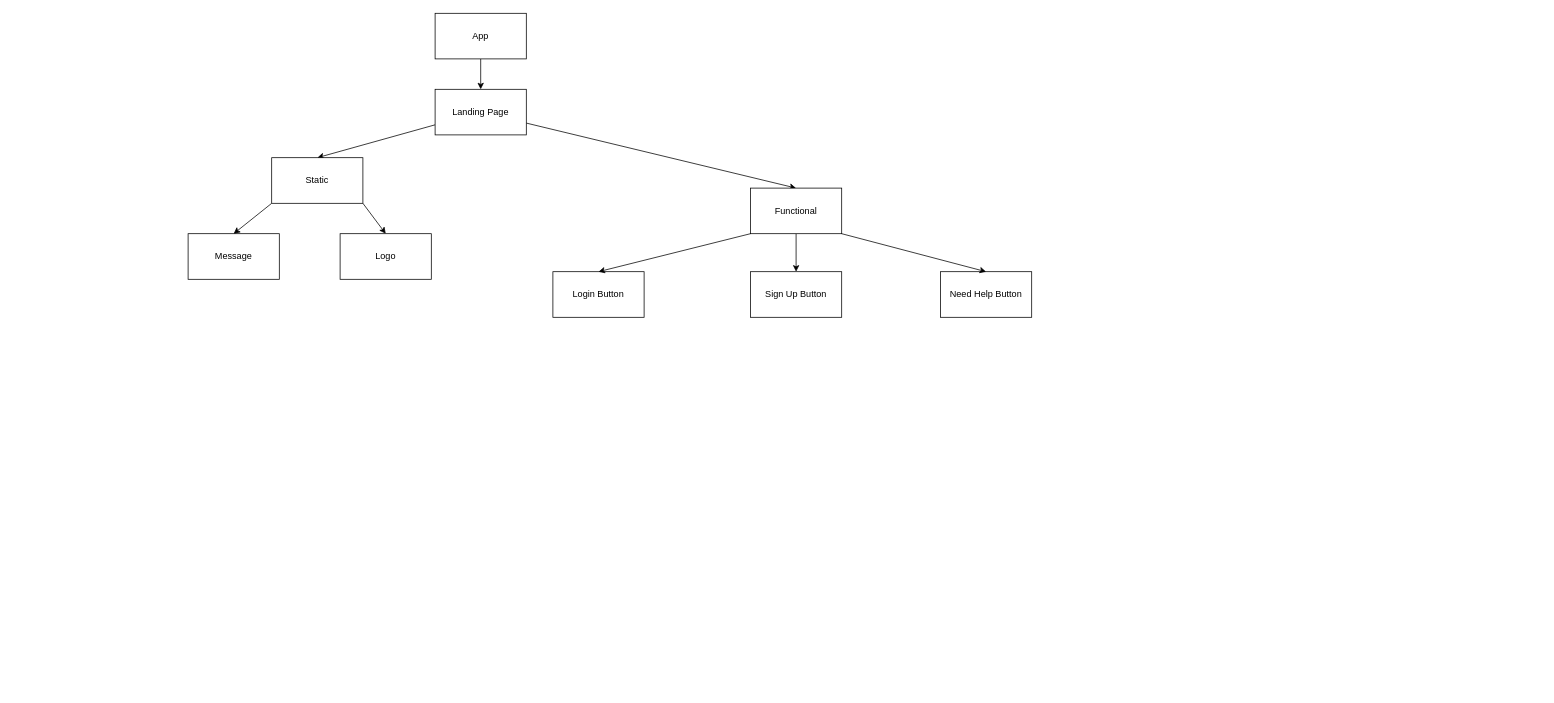
Before: page "Page-1" (1 of 2) of Diagrams/Login_Component_Tree.drawio in usama-asghar1/EcoKitchen, a draw.io diagram. Source tidied: cells renumbered, new cells numbered last; positions are measured from the earlier drawing's top-left corner, leaving out a move shared by most shapes. Both pictures are drawn from the tidied source at 76%, with x=0, y=0 at pixel (188, 13).
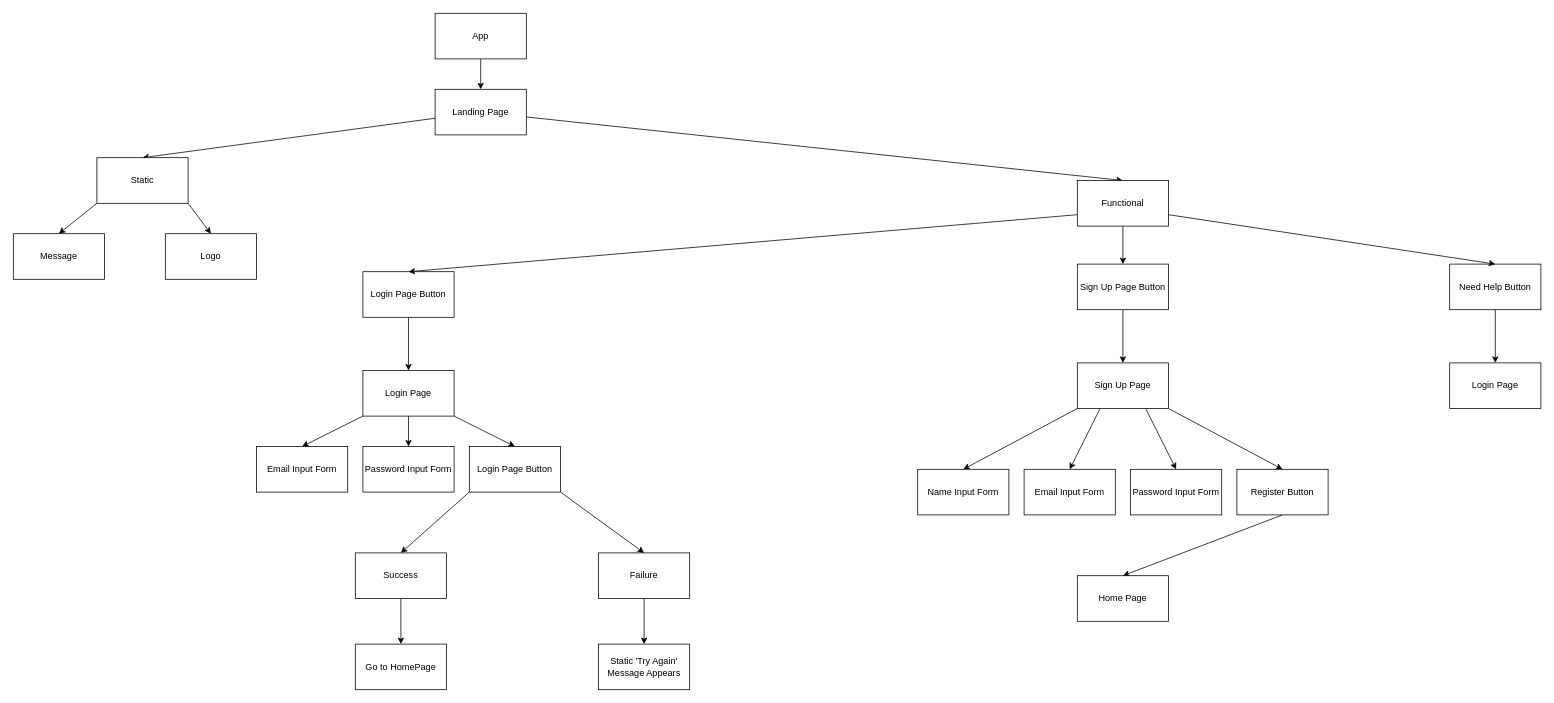
The same page after the edit.

Commit message:
started login/register component tree 3

What changed in the source:
```diff
@@
+    <mxCell id="19" style="edgeStyle=none;html=1;exitX=0.5;exitY=1;exitDx=0;exitDy=0;entryX=0.5;entryY=0;entryDx=0;entryDy=0;" parent="1" edge="1" source="7" target="25">
+      <mxGeometry relative="1" as="geometry" />
+    </mxCell>
-    <mxCell id="7" value="Login Button" style="rounded=0;whiteSpace=wrap;html=1;" parent="1" vertex="1">
-      <mxGeometry x="480" y="340" width="120" height="60" as="geometry" />
+    <mxCell id="7" value="Login Page Button" style="rounded=0;whiteSpace=wrap;html=1;" parent="1" vertex="1">
+      <mxGeometry x="230" y="340" width="120" height="60" as="geometry" />
     </mxCell>
+    <mxCell id="20" style="edgeStyle=none;html=1;exitX=0.5;exitY=1;exitDx=0;exitDy=0;entryX=0.5;entryY=0;entryDx=0;entryDy=0;" parent="1" edge="1" source="8" target="30">
+      <mxGeometry relative="1" as="geometry" />
+    </mxCell>
-    <mxCell id="8" value="Sign Up Button" style="rounded=0;whiteSpace=wrap;html=1;" parent="1" vertex="1">
-      <mxGeometry x="740" y="340" width="120" height="60" as="geometry" />
+    <mxCell id="8" value="Sign Up Page Button" style="rounded=0;whiteSpace=wrap;html=1;" parent="1" vertex="1">
+      <mxGeometry x="1170" y="330" width="120" height="60" as="geometry" />
     </mxCell>
+    <mxCell id="21" style="edgeStyle=none;html=1;entryX=0.5;entryY=0;entryDx=0;entryDy=0;" parent="1" edge="1" source="9" target="31">
+      <mxGeometry relative="1" as="geometry" />
+    </mxCell>
     <mxCell id="9" value="Need Help Button" style="rounded=0;whiteSpace=wrap;html=1;" parent="1" vertex="1">
-      <mxGeometry x="990" y="340" width="120" height="60" as="geometry" />
+      <mxGeometry x="1660" y="330" width="120" height="60" as="geometry" />
     </mxCell>
     <mxCell id="10" value="Message&lt;br&gt;" style="rounded=0;whiteSpace=wrap;html=1;" parent="1" vertex="1">
-      <mxGeometry y="290" width="120" height="60" as="geometry" />
+      <mxGeometry x="-230" y="290" width="120" height="60" as="geometry" />
     </mxCell>
     <mxCell id="11" value="Logo" style="rounded=0;whiteSpace=wrap;html=1;" parent="1" vertex="1">
-      <mxGeometry x="200" y="290" width="120" height="60" as="geometry" />
+      <mxGeometry x="-30" y="290" width="120" height="60" as="geometry" />
     </mxCell>
@@
     <mxCell id="14" value="Static" style="rounded=0;whiteSpace=wrap;html=1;" parent="1" vertex="1">
-      <mxGeometry x="110" y="190" width="120" height="60" as="geometry" />
+      <mxGeometry x="-120" y="190" width="120" height="60" as="geometry" />
     </mxCell>
@@
-    <mxCell id="16" style="edgeStyle=none;html=1;exitX=0;exitY=1;exitDx=0;exitDy=0;entryX=0.5;entryY=0;entryDx=0;entryDy=0;" parent="1" edge="1" source="18" target="7">
+    <mxCell id="16" style="edgeStyle=none;html=1;exitX=0;exitY=0.75;exitDx=0;exitDy=0;entryX=0.5;entryY=0;entryDx=0;entryDy=0;" parent="1" edge="1" source="18" target="7">
       <mxGeometry relative="1" as="geometry" />
     </mxCell>
-    <mxCell id="17" style="edgeStyle=none;html=1;exitX=1;exitY=1;exitDx=0;exitDy=0;entryX=0.5;entryY=0;entryDx=0;entryDy=0;" parent="1" edge="1" source="18" target="9">
+    <mxCell id="17" style="edgeStyle=none;html=1;exitX=1;exitY=0.75;exitDx=0;exitDy=0;entryX=0.5;entryY=0;entryDx=0;entryDy=0;" parent="1" edge="1" source="18" target="9">
       <mxGeometry relative="1" as="geometry" />
     </mxCell>
     <mxCell id="18" value="Functional" style="rounded=0;whiteSpace=wrap;html=1;" parent="1" vertex="1">
-      <mxGeometry x="740" y="230" width="120" height="60" as="geometry" />
+      <mxGeometry x="1170" y="220" width="120" height="60" as="geometry" />
     </mxCell>
+    <mxCell id="22" style="edgeStyle=none;html=1;entryX=0.5;entryY=0;entryDx=0;entryDy=0;" parent="1" edge="1" source="25" target="36">
+      <mxGeometry relative="1" as="geometry" />
+    </mxCell>
+    <mxCell id="23" style="edgeStyle=none;html=1;exitX=0;exitY=1;exitDx=0;exitDy=0;entryX=0.5;entryY=0;entryDx=0;entryDy=0;" parent="1" edge="1" source="25" target="35">
+      <mxGeometry relative="1" as="geometry" />
+    </mxCell>
+    <mxCell id="24" style="edgeStyle=none;html=1;exitX=1;exitY=1;exitDx=0;exitDy=0;entryX=0.5;entryY=0;entryDx=0;entryDy=0;" parent="1" edge="1" source="25" target="34">
+      <mxGeometry relative="1" as="geometry" />
+    </mxCell>
+    <mxCell id="25" value="Login Page" style="rounded=0;whiteSpace=wrap;html=1;" parent="1" vertex="1">
+      <mxGeometry x="230" y="470" width="120" height="60" as="geometry" />
+    </mxCell>
+    <mxCell id="26" style="edgeStyle=none;html=1;exitX=0;exitY=1;exitDx=0;exitDy=0;entryX=0.5;entryY=0;entryDx=0;entryDy=0;" parent="1" edge="1" source="30" target="41">
+      <mxGeometry relative="1" as="geometry" />
+    </mxCell>
+    <mxCell id="27" style="edgeStyle=none;html=1;exitX=0.25;exitY=1;exitDx=0;exitDy=0;entryX=0.5;entryY=0;entryDx=0;entryDy=0;" parent="1" edge="1" source="30" target="42">
+      <mxGeometry relative="1" as="geometry" />
+    </mxCell>
+    <mxCell id="28" style="edgeStyle=none;html=1;exitX=1;exitY=1;exitDx=0;exitDy=0;entryX=0.5;entryY=0;entryDx=0;entryDy=0;" parent="1" edge="1" source="30" target="44">
+      <mxGeometry relative="1" as="geometry" />
+    </mxCell>
+    <mxCell id="29" style="edgeStyle=none;html=1;exitX=0.75;exitY=1;exitDx=0;exitDy=0;entryX=0.5;entryY=0;entryDx=0;entryDy=0;" parent="1" edge="1" source="30" target="40">
+      <mxGeometry relative="1" as="geometry" />
+    </mxCell>
+    <mxCell id="30" value="Sign Up Page" style="rounded=0;whiteSpace=wrap;html=1;" parent="1" vertex="1">
+      <mxGeometry x="1170" y="460" width="120" height="60" as="geometry" />
+    </mxCell>
+    <mxCell id="31" value="Login Page" style="rounded=0;whiteSpace=wrap;html=1;" parent="1" vertex="1">
+      <mxGeometry x="1660" y="460" width="120" height="60" as="geometry" />
+    </mxCell>
+    <mxCell id="32" style="edgeStyle=none;html=1;entryX=0.5;entryY=0;entryDx=0;entryDy=0;exitX=0;exitY=1;exitDx=0;exitDy=0;" parent="1" edge="1" source="34" target="38">
+      <mxGeometry relative="1" as="geometry" />
+    </mxCell>
+    <mxCell id="33" style="edgeStyle=none;html=1;exitX=1;exitY=1;exitDx=0;exitDy=0;entryX=0.5;entryY=0;entryDx=0;entryDy=0;" parent="1" edge="1" source="34" target="46">
+      <mxGeometry relative="1" as="geometry" />
+    </mxCell>
+    <mxCell id="34" value="Login Page Button" style="rounded=0;whiteSpace=wrap;html=1;" parent="1" vertex="1">
+      <mxGeometry x="370" y="570" width="120" height="60" as="geometry" />
+    </mxCell>
+    <mxCell id="35" value="Email Input Form" style="rounded=0;whiteSpace=wrap;html=1;" parent="1" vertex="1">
+      <mxGeometry x="90" y="570" width="120" height="60" as="geometry" />
+    </mxCell>
+    <mxCell id="36" value="Password Input Form" style="rounded=0;whiteSpace=wrap;html=1;" parent="1" vertex="1">
+      <mxGeometry x="230" y="570" width="120" height="60" as="geometry" />
+    </mxCell>
+    <mxCell id="37" style="edgeStyle=none;html=1;exitX=0.5;exitY=1;exitDx=0;exitDy=0;entryX=0.5;entryY=0;entryDx=0;entryDy=0;" parent="1" edge="1" source="38" target="47">
+      <mxGeometry relative="1" as="geometry" />
+    </mxCell>
+    <mxCell id="38" value="Success" style="rounded=0;whiteSpace=wrap;html=1;" parent="1" vertex="1">
+      <mxGeometry x="220" y="710" width="120" height="60" as="geometry" />
+    </mxCell>
+    <mxCell id="39" style="edgeStyle=none;html=1;entryX=0.5;entryY=0;entryDx=0;entryDy=0;exitX=0.5;exitY=1;exitDx=0;exitDy=0;" parent="1" edge="1" source="44" target="43">
+      <mxGeometry relative="1" as="geometry" />
+    </mxCell>
+    <mxCell id="40" value="Password Input Form" style="rounded=0;whiteSpace=wrap;html=1;" parent="1" vertex="1">
+      <mxGeometry x="1240" y="600" width="120" height="60" as="geometry" />
+    </mxCell>
+    <mxCell id="41" value="Name Input Form" style="rounded=0;whiteSpace=wrap;html=1;" parent="1" vertex="1">
+      <mxGeometry x="960" y="600" width="120" height="60" as="geometry" />
+    </mxCell>
+    <mxCell id="42" value="Email Input Form" style="rounded=0;whiteSpace=wrap;html=1;" parent="1" vertex="1">
+      <mxGeometry x="1100" y="600" width="120" height="60" as="geometry" />
+    </mxCell>
+    <mxCell id="43" value="Home Page" style="rounded=0;whiteSpace=wrap;html=1;" parent="1" vertex="1">
+      <mxGeometry x="1170" y="740" width="120" height="60" as="geometry" />
+    </mxCell>
+    <mxCell id="44" value="Register Button" style="rounded=0;whiteSpace=wrap;html=1;" parent="1" vertex="1">
+      <mxGeometry x="1380" y="600" width="120" height="60" as="geometry" />
+    </mxCell>
+    <mxCell id="45" style="edgeStyle=none;html=1;entryX=0.5;entryY=0;entryDx=0;entryDy=0;" parent="1" edge="1" source="46" target="48">
+      <mxGeometry relative="1" as="geometry" />
+    </mxCell>
+    <mxCell id="46" value="Failure" style="rounded=0;whiteSpace=wrap;html=1;" parent="1" vertex="1">
+      <mxGeometry x="540" y="710" width="120" height="60" as="geometry" />
+    </mxCell>
+    <mxCell id="47" value="Go to HomePage" style="rounded=0;whiteSpace=wrap;html=1;" parent="1" vertex="1">
+      <mxGeometry x="220" y="830" width="120" height="60" as="geometry" />
+    </mxCell>
+    <mxCell id="48" value="Static 'Try Again' Message Appears" style="rounded=0;whiteSpace=wrap;html=1;" parent="1" vertex="1">
+      <mxGeometry x="540" y="830" width="120" height="60" as="geometry" />
+    </mxCell>
```
